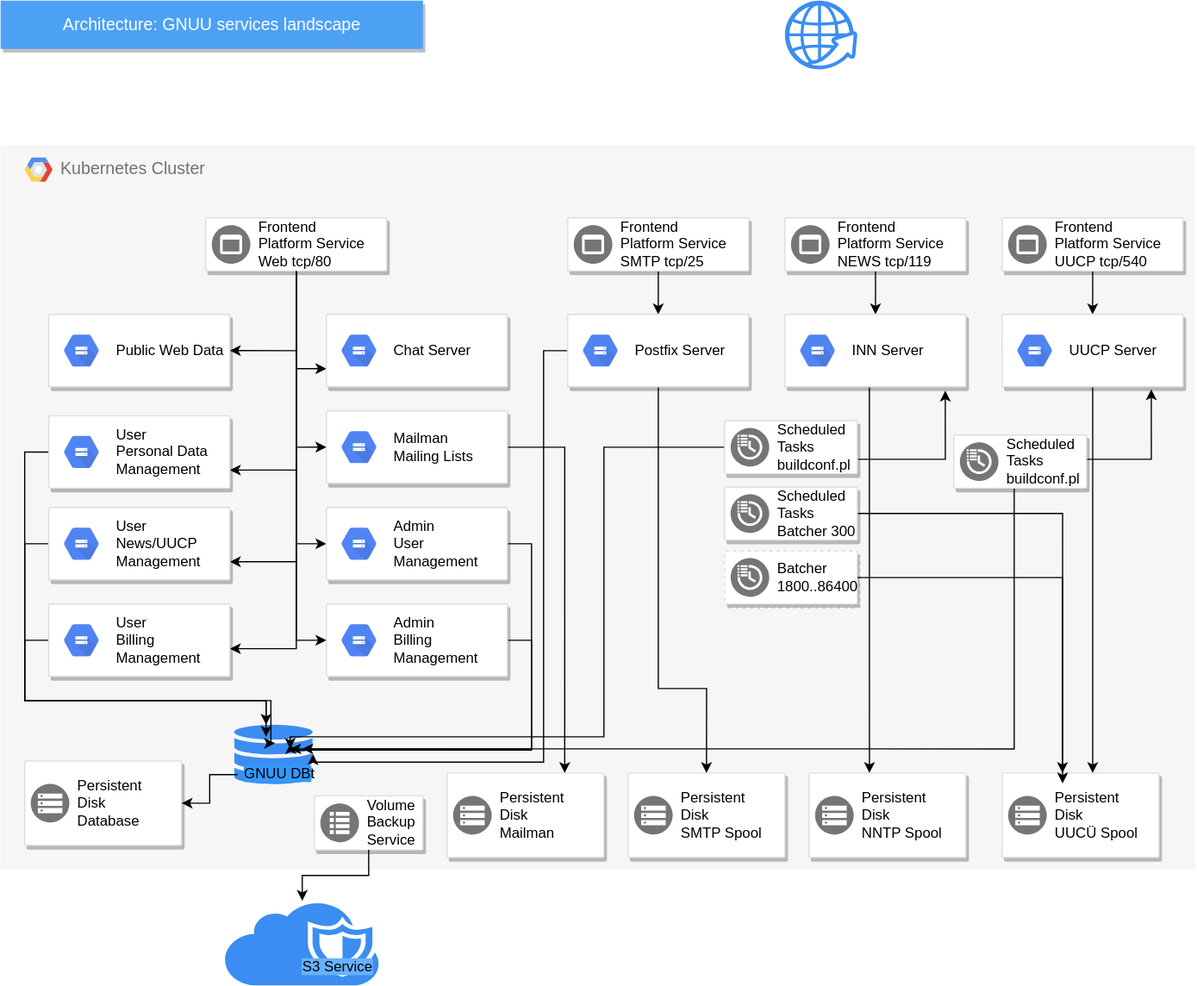
gnuu-de/docs keeps this draw.io diagram as GNUU-K8S.draw.svg. Above is the earlier version. Source tidied: cells renumbered, new cells last; positions are measured from the earlier drawing's top-left corner, leaving out a move shared by most shapes.
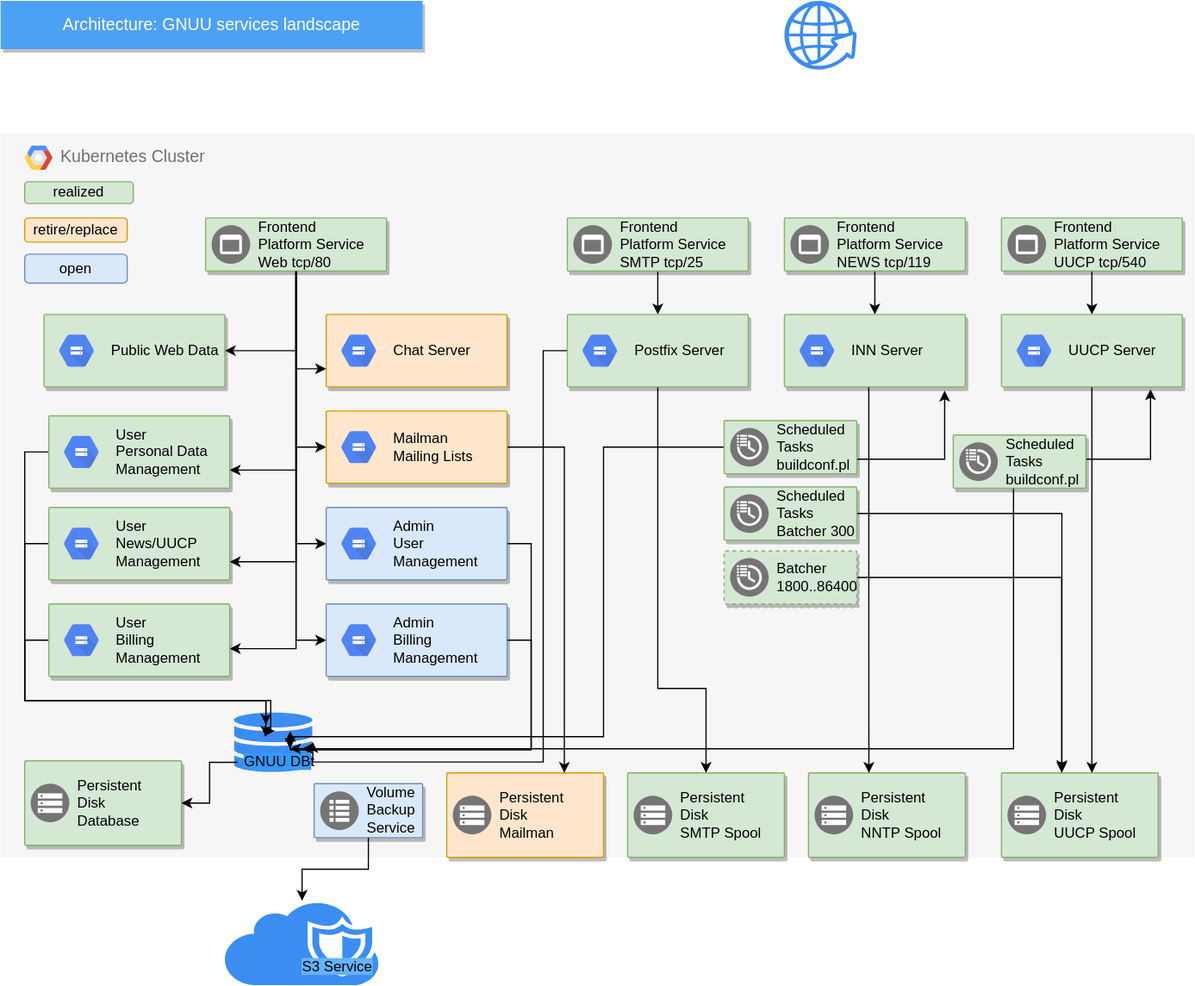
Later version of the same file.

Commit message:
update developement status

Diff of the diagram source:
```diff
@@ -5,3 +5,3 @@
     <mxCell id="2" value="Kubernetes Cluster" style="fillColor=#F6F6F6;strokeColor=none;shadow=0;gradientColor=none;fontSize=14;align=left;spacing=10;fontColor=#717171;9E9E9E;verticalAlign=top;spacingTop=-4;fontStyle=0;spacingLeft=40;html=1;" parent="1" vertex="1">
-      <mxGeometry y="120" width="990" height="600" as="geometry" />
+      <mxGeometry y="110" width="990" height="600" as="geometry" />
     </mxCell>
@@ -12,3 +12,3 @@
     </mxCell>
-    <mxCell id="4" style="strokeColor=#dddddd;shadow=1;strokeWidth=1;rounded=1;absoluteArcSize=1;arcSize=2;" parent="2" vertex="1">
+    <mxCell id="4" style="strokeColor=#6c8ebf;shadow=1;strokeWidth=1;rounded=1;absoluteArcSize=1;arcSize=2;fillColor=#dae8fc;" parent="2" vertex="1">
       <mxGeometry x="260" y="539" width="90" height="44.7" as="geometry" />
@@ -26,2 +26,14 @@
     </mxCell>
+    <mxCell id="89" value="realized" style="rounded=1;whiteSpace=wrap;html=1;fillColor=#d5e8d4;strokeColor=#82b366;" parent="2" vertex="1">
+      <mxGeometry x="20" y="40" width="90" height="18" as="geometry" />
+    </mxCell>
+    <mxCell id="90" value="retire/replace" style="rounded=1;whiteSpace=wrap;html=1;fillColor=#ffe6cc;strokeColor=#d79b00;" parent="2" vertex="1">
+      <mxGeometry x="20" y="70" width="85" height="20" as="geometry" />
+    </mxCell>
+    <mxCell id="91" style="edgeStyle=orthogonalEdgeStyle;rounded=0;orthogonalLoop=1;jettySize=auto;html=1;exitX=0.5;exitY=1;exitDx=0;exitDy=0;" parent="2" edge="1" source="89" target="89">
+      <mxGeometry relative="1" as="geometry" />
+    </mxCell>
+    <mxCell id="92" value="open" style="rounded=1;whiteSpace=wrap;html=1;fillColor=#dae8fc;strokeColor=#6c8ebf;" parent="2" vertex="1">
+      <mxGeometry x="20" y="100" width="85" height="24" as="geometry" />
+    </mxCell>
     <mxCell id="8" value="Architecture: GNUU services landscape" style="fillColor=#4DA1F5;strokeColor=none;shadow=1;gradientColor=none;fontSize=14;align=left;spacingLeft=50;fontColor=#ffffff;html=1;" parent="1" vertex="1">
@@ -29,4 +41,4 @@
     </mxCell>
-    <mxCell id="9" style="strokeColor=#dddddd;fillColor=#ffffff;shadow=1;strokeWidth=1;rounded=1;absoluteArcSize=1;arcSize=2;fontSize=10;fontColor=#9E9E9E;align=center;html=1;" parent="1" vertex="1">
-      <mxGeometry x="40" y="260" width="150" height="60" as="geometry" />
+    <mxCell id="9" style="strokeColor=#82b366;fillColor=#d5e8d4;shadow=1;strokeWidth=1;rounded=1;absoluteArcSize=1;arcSize=2;fontSize=10;align=center;html=1;" parent="1" vertex="1">
+      <mxGeometry x="36" y="260" width="150" height="60" as="geometry" />
     </mxCell>
@@ -55,3 +67,3 @@
     </mxCell>
-    <mxCell id="13" style="strokeColor=#dddddd;shadow=1;strokeWidth=1;rounded=1;absoluteArcSize=1;arcSize=2;" parent="1" vertex="1">
+    <mxCell id="13" style="strokeColor=#82b366;shadow=1;strokeWidth=1;rounded=1;absoluteArcSize=1;arcSize=2;fillColor=#d5e8d4;" parent="1" vertex="1">
       <mxGeometry x="600" y="348" width="110" height="44" as="geometry" />
@@ -63,3 +75,3 @@
     </mxCell>
-    <mxCell id="15" style="strokeColor=#dddddd;shadow=1;strokeWidth=1;rounded=1;absoluteArcSize=1;arcSize=2;" parent="1" vertex="1">
+    <mxCell id="15" style="strokeColor=#d79b00;shadow=1;strokeWidth=1;rounded=1;absoluteArcSize=1;arcSize=2;fillColor=#ffe6cc;" parent="1" vertex="1">
       <mxGeometry x="370" y="640" width="130" height="70" as="geometry" />
@@ -95,3 +107,3 @@
     </mxCell>
-    <mxCell id="25" style="strokeColor=#dddddd;shadow=1;strokeWidth=1;rounded=1;absoluteArcSize=1;arcSize=2;" parent="1" vertex="1">
+    <mxCell id="25" style="strokeColor=#82b366;shadow=1;strokeWidth=1;rounded=1;absoluteArcSize=1;arcSize=2;fillColor=#d5e8d4;" parent="1" vertex="1">
       <mxGeometry x="170" y="180" width="150" height="44" as="geometry" />
@@ -106,3 +118,3 @@
     </mxCell>
-    <mxCell id="28" style="strokeColor=#dddddd;shadow=1;strokeWidth=1;rounded=1;absoluteArcSize=1;arcSize=2;" parent="1" vertex="1">
+    <mxCell id="28" style="strokeColor=#82b366;shadow=1;strokeWidth=1;rounded=1;absoluteArcSize=1;arcSize=2;fillColor=#d5e8d4;" parent="1" vertex="1">
       <mxGeometry x="830" y="180" width="150" height="44" as="geometry" />
@@ -117,3 +129,3 @@
     </mxCell>
-    <mxCell id="31" style="strokeColor=#dddddd;shadow=1;strokeWidth=1;rounded=1;absoluteArcSize=1;arcSize=2;" parent="1" vertex="1">
+    <mxCell id="31" style="strokeColor=#82b366;shadow=1;strokeWidth=1;rounded=1;absoluteArcSize=1;arcSize=2;fillColor=#d5e8d4;" parent="1" vertex="1">
       <mxGeometry x="650" y="180" width="150" height="44" as="geometry" />
@@ -134,3 +146,3 @@
     </mxCell>
-    <mxCell id="34" style="strokeColor=#dddddd;fillColor=#ffffff;shadow=1;strokeWidth=1;rounded=1;absoluteArcSize=1;arcSize=2;fontSize=10;fontColor=#9E9E9E;align=center;html=1;" parent="1" vertex="1">
+    <mxCell id="34" style="strokeColor=#82b366;fillColor=#d5e8d4;shadow=1;strokeWidth=1;rounded=1;absoluteArcSize=1;arcSize=2;fontSize=10;align=center;html=1;" parent="1" vertex="1">
       <mxGeometry x="40" y="344" width="150" height="60" as="geometry" />
@@ -152,3 +164,3 @@
     </mxCell>
-    <mxCell id="37" style="strokeColor=#dddddd;fillColor=#ffffff;shadow=1;strokeWidth=1;rounded=1;absoluteArcSize=1;arcSize=2;fontSize=10;fontColor=#9E9E9E;align=center;html=1;" parent="1" vertex="1">
+    <mxCell id="37" style="strokeColor=#82b366;fillColor=#d5e8d4;shadow=1;strokeWidth=1;rounded=1;absoluteArcSize=1;arcSize=2;fontSize=10;align=center;html=1;" parent="1" vertex="1">
       <mxGeometry x="40" y="500" width="150" height="60" as="geometry" />
@@ -168,3 +180,3 @@
     </mxCell>
-    <mxCell id="40" style="strokeColor=#dddddd;fillColor=#ffffff;shadow=1;strokeWidth=1;rounded=1;absoluteArcSize=1;arcSize=2;fontSize=10;fontColor=#9E9E9E;align=center;html=1;" parent="1" vertex="1">
+    <mxCell id="40" style="strokeColor=#6c8ebf;fillColor=#dae8fc;shadow=1;strokeWidth=1;rounded=1;absoluteArcSize=1;arcSize=2;fontSize=10;align=center;html=1;" parent="1" vertex="1">
       <mxGeometry x="270" y="500" width="150" height="60" as="geometry" />
@@ -183,3 +195,3 @@
     </mxCell>
-    <mxCell id="43" style="strokeColor=#dddddd;fillColor=#ffffff;shadow=1;strokeWidth=1;rounded=1;absoluteArcSize=1;arcSize=2;fontSize=10;fontColor=#9E9E9E;align=center;html=1;" parent="1" vertex="1">
+    <mxCell id="43" style="strokeColor=#d79b00;fillColor=#ffe6cc;shadow=1;strokeWidth=1;rounded=1;absoluteArcSize=1;arcSize=2;fontSize=10;align=center;html=1;" parent="1" vertex="1">
       <mxGeometry x="270" y="340" width="150" height="60" as="geometry" />
@@ -191,3 +203,3 @@
     </mxCell>
-    <mxCell id="45" style="strokeColor=#dddddd;fillColor=#ffffff;shadow=1;strokeWidth=1;rounded=1;absoluteArcSize=1;arcSize=2;fontSize=10;fontColor=#9E9E9E;align=center;html=1;" parent="1" vertex="1">
+    <mxCell id="45" style="strokeColor=#d79b00;fillColor=#ffe6cc;shadow=1;strokeWidth=1;rounded=1;absoluteArcSize=1;arcSize=2;fontSize=10;align=center;html=1;" parent="1" vertex="1">
       <mxGeometry x="270" y="260" width="150" height="60" as="geometry" />
@@ -216,3 +228,3 @@
     </mxCell>
-    <mxCell id="49" style="strokeColor=#dddddd;fillColor=#ffffff;shadow=1;strokeWidth=1;rounded=1;absoluteArcSize=1;arcSize=2;fontSize=10;fontColor=#9E9E9E;align=center;html=1;" parent="1" vertex="1">
+    <mxCell id="49" style="strokeColor=#82b366;fillColor=#d5e8d4;shadow=1;strokeWidth=1;rounded=1;absoluteArcSize=1;arcSize=2;fontSize=10;align=center;html=1;" parent="1" vertex="1">
       <mxGeometry x="40" y="420" width="150" height="60" as="geometry" />
@@ -233,3 +245,3 @@
     </mxCell>
-    <mxCell id="52" style="strokeColor=#dddddd;fillColor=#ffffff;shadow=1;strokeWidth=1;rounded=1;absoluteArcSize=1;arcSize=2;fontSize=10;fontColor=#9E9E9E;align=center;html=1;" parent="1" vertex="1">
+    <mxCell id="52" style="strokeColor=#6c8ebf;fillColor=#dae8fc;shadow=1;strokeWidth=1;rounded=1;absoluteArcSize=1;arcSize=2;fontSize=10;align=center;html=1;" parent="1" vertex="1">
       <mxGeometry x="270" y="420" width="150" height="60" as="geometry" />
@@ -244,3 +256,3 @@
     </mxCell>
-    <mxCell id="55" style="strokeColor=#dddddd;shadow=1;strokeWidth=1;rounded=1;absoluteArcSize=1;arcSize=2;" parent="1" vertex="1">
+    <mxCell id="55" style="strokeColor=#82b366;shadow=1;strokeWidth=1;rounded=1;absoluteArcSize=1;arcSize=2;fillColor=#d5e8d4;" parent="1" vertex="1">
       <mxGeometry x="470" y="180" width="150" height="44" as="geometry" />
@@ -252,3 +264,3 @@
     </mxCell>
-    <mxCell id="57" style="strokeColor=#dddddd;shadow=1;strokeWidth=1;rounded=1;absoluteArcSize=1;arcSize=2;" parent="1" vertex="1">
+    <mxCell id="57" style="strokeColor=#82b366;shadow=1;strokeWidth=1;rounded=1;absoluteArcSize=1;arcSize=2;fillColor=#d5e8d4;" parent="1" vertex="1">
       <mxGeometry x="520" y="640" width="130" height="70" as="geometry" />
@@ -260,3 +272,3 @@
     </mxCell>
-    <mxCell id="59" value="&#10;&#10;&#10;     &#10;" style="strokeColor=#dddddd;shadow=1;strokeWidth=1;rounded=1;absoluteArcSize=1;arcSize=2;" parent="1" vertex="1">
+    <mxCell id="59" value="&#10;&#10;&#10;     &#10;" style="strokeColor=#82b366;shadow=1;strokeWidth=1;rounded=1;absoluteArcSize=1;arcSize=2;fillColor=#d5e8d4;" parent="1" vertex="1">
       <mxGeometry x="670" y="640" width="130" height="70" as="geometry" />
@@ -268,6 +280,6 @@
     </mxCell>
-    <mxCell id="61" style="strokeColor=#dddddd;shadow=1;strokeWidth=1;rounded=1;absoluteArcSize=1;arcSize=2;" parent="1" vertex="1">
+    <mxCell id="61" style="strokeColor=#82b366;shadow=1;strokeWidth=1;rounded=1;absoluteArcSize=1;arcSize=2;fillColor=#d5e8d4;" parent="1" vertex="1">
       <mxGeometry x="830" y="640" width="130" height="70" as="geometry" />
     </mxCell>
-    <mxCell id="62" value="Persistent&lt;br&gt;&lt;div&gt;Disk &lt;br&gt;&lt;/div&gt;&lt;div&gt;UUCÜ Spool&lt;br&gt;&lt;/div&gt;" style="dashed=0;html=1;fillColor=#757575;strokeColor=none;shape=mxgraph.gcp2.persistent_disk_snapshot;labelPosition=right;verticalLabelPosition=middle;align=left;verticalAlign=middle;spacingLeft=5;fontSize=12;" parent="61" vertex="1">
+    <mxCell id="62" value="Persistent&lt;br&gt;&lt;div&gt;Disk &lt;br&gt;&lt;/div&gt;&lt;div&gt;UUCP Spool&lt;br&gt;&lt;/div&gt;" style="dashed=0;html=1;fillColor=#757575;strokeColor=none;shape=mxgraph.gcp2.persistent_disk_snapshot;labelPosition=right;verticalLabelPosition=middle;align=left;verticalAlign=middle;spacingLeft=5;fontSize=12;" parent="61" vertex="1">
       <mxGeometry y="0.5" width="32" height="32" relative="1" as="geometry">
@@ -292,3 +304,3 @@
     </mxCell>
-    <mxCell id="65" style="strokeColor=#dddddd;fillColor=#ffffff;shadow=1;strokeWidth=1;rounded=1;absoluteArcSize=1;arcSize=2;fontSize=10;fontColor=#9E9E9E;align=center;html=1;" parent="1" vertex="1">
+    <mxCell id="65" style="strokeColor=#82b366;fillColor=#d5e8d4;shadow=1;strokeWidth=1;rounded=1;absoluteArcSize=1;arcSize=2;fontSize=10;align=center;html=1;" parent="1" vertex="1">
       <mxGeometry x="470" y="260" width="150" height="60" as="geometry" />
@@ -308,3 +320,3 @@
     </mxCell>
-    <mxCell id="68" style="strokeColor=#dddddd;fillColor=#ffffff;shadow=1;strokeWidth=1;rounded=1;absoluteArcSize=1;arcSize=2;fontSize=10;fontColor=#9E9E9E;align=center;html=1;" parent="1" vertex="1">
+    <mxCell id="68" style="strokeColor=#82b366;fillColor=#d5e8d4;shadow=1;strokeWidth=1;rounded=1;absoluteArcSize=1;arcSize=2;fontSize=10;align=center;html=1;" parent="1" vertex="1">
       <mxGeometry x="650" y="260" width="150" height="60" as="geometry" />
@@ -324,3 +336,3 @@
     </mxCell>
-    <mxCell id="71" style="strokeColor=#dddddd;fillColor=#ffffff;shadow=1;strokeWidth=1;rounded=1;absoluteArcSize=1;arcSize=2;fontSize=10;fontColor=#9E9E9E;align=center;html=1;" parent="1" vertex="1">
+    <mxCell id="71" style="strokeColor=#82b366;fillColor=#d5e8d4;shadow=1;strokeWidth=1;rounded=1;absoluteArcSize=1;arcSize=2;fontSize=10;align=center;html=1;" parent="1" vertex="1">
       <mxGeometry x="830" y="260" width="150" height="60" as="geometry" />
@@ -339,3 +351,3 @@
     </mxCell>
-    <mxCell id="74" style="strokeColor=#dddddd;shadow=1;strokeWidth=1;rounded=1;absoluteArcSize=1;arcSize=2;" parent="1" vertex="1">
+    <mxCell id="74" style="strokeColor=#82b366;shadow=1;strokeWidth=1;rounded=1;absoluteArcSize=1;arcSize=2;fillColor=#d5e8d4;" parent="1" vertex="1">
       <mxGeometry x="600" y="403" width="110" height="44" as="geometry" />
@@ -363,3 +375,3 @@
     </mxCell>
-    <mxCell id="78" style="strokeColor=#dddddd;shadow=1;strokeWidth=1;rounded=1;absoluteArcSize=1;arcSize=2;" parent="1" vertex="1">
+    <mxCell id="78" style="strokeColor=#82b366;shadow=1;strokeWidth=1;rounded=1;absoluteArcSize=1;arcSize=2;fillColor=#d5e8d4;" parent="1" vertex="1">
       <mxGeometry x="790" y="360" width="110" height="44" as="geometry" />
@@ -376,3 +388,3 @@
     </mxCell>
-    <mxCell id="81" style="strokeColor=#dddddd;shadow=1;strokeWidth=1;rounded=1;absoluteArcSize=1;arcSize=2;dashed=1;" parent="1" vertex="1">
+    <mxCell id="81" style="strokeColor=#82b366;shadow=1;strokeWidth=1;rounded=1;absoluteArcSize=1;arcSize=2;dashed=1;fillColor=#d5e8d4;" parent="1" vertex="1">
       <mxGeometry x="600" y="456" width="110" height="44" as="geometry" />
@@ -384,3 +396,3 @@
     </mxCell>
-    <mxCell id="83" style="strokeColor=#dddddd;shadow=1;strokeWidth=1;rounded=1;absoluteArcSize=1;arcSize=2;" parent="1" vertex="1">
+    <mxCell id="83" style="strokeColor=#82b366;shadow=1;strokeWidth=1;rounded=1;absoluteArcSize=1;arcSize=2;fillColor=#d5e8d4;" parent="1" vertex="1">
       <mxGeometry x="20" y="630" width="130" height="70" as="geometry" />
```
